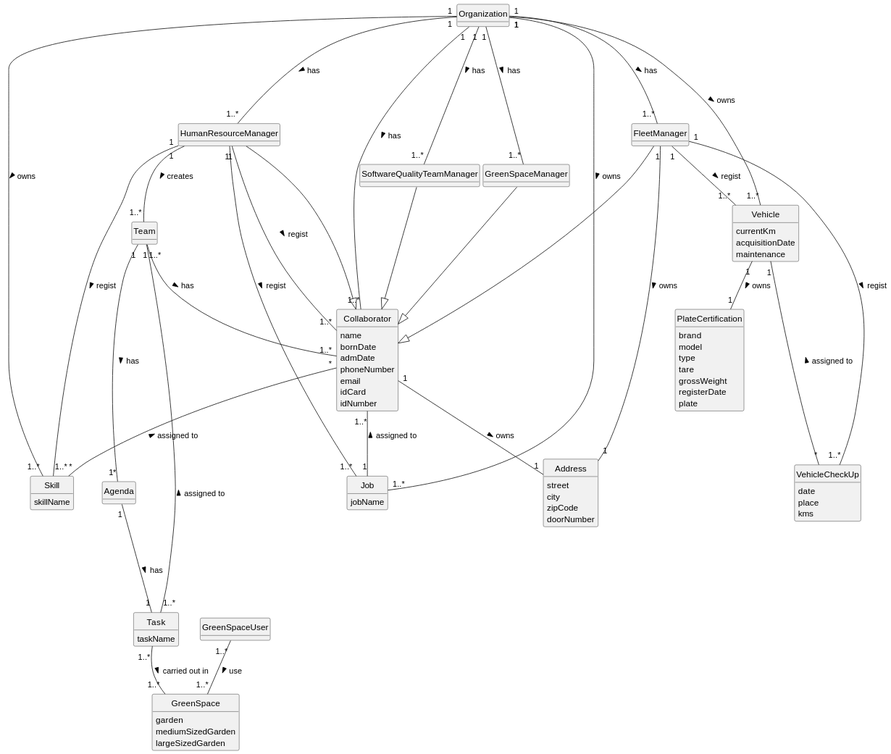
Above: docs/sprint2/global-artifacts/02.analysis/svg/project-domain-model.svg in 1231360-ISEP/lei-24-s2-1db-g021 (PlantUML), before the change.
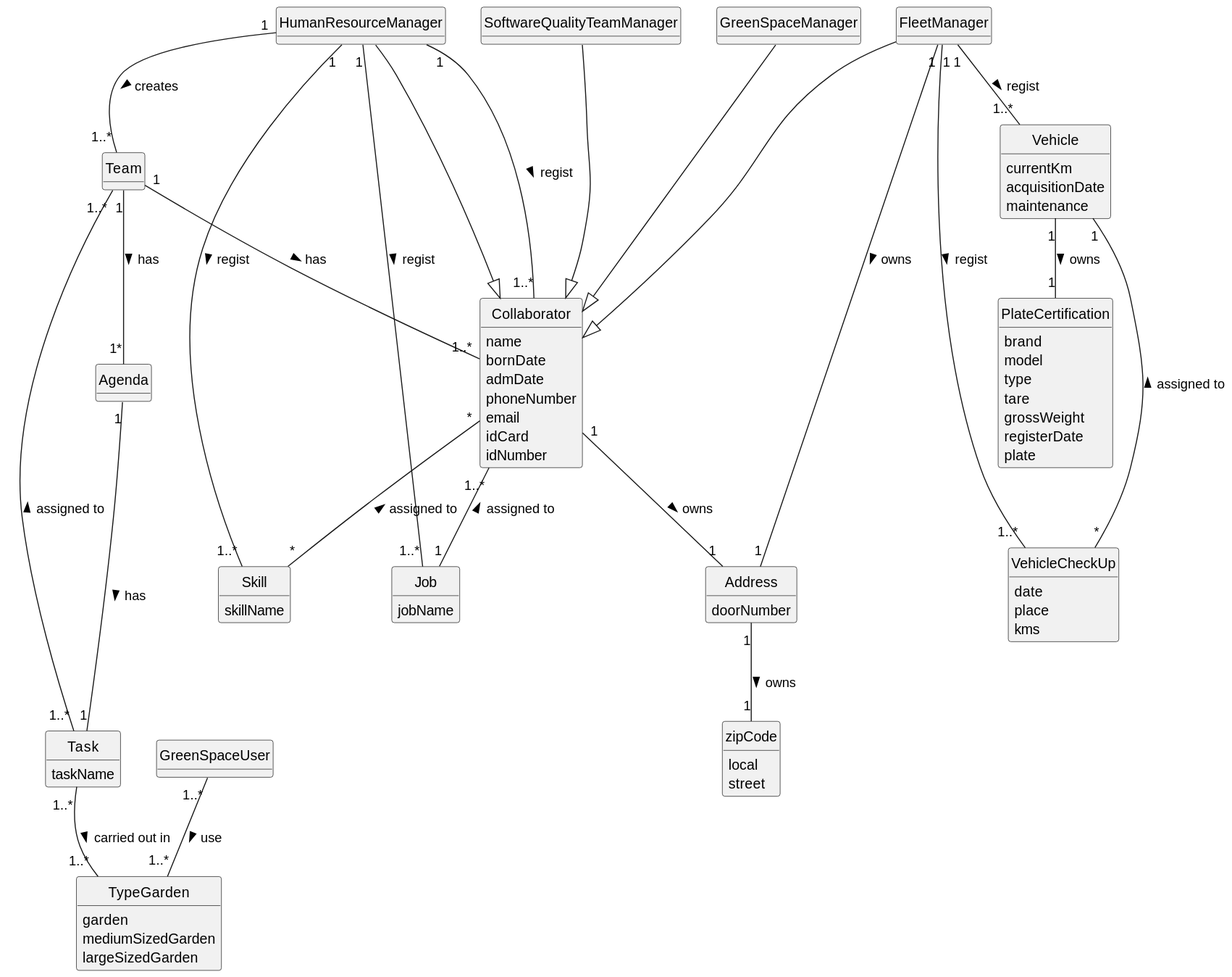
The same file after the commit.

Commit message:
Update the Main Domain Model and Domain Model US01.

Change to the diagram source:
```diff
@@ -6,8 +6,6 @@
 hide circle
 hide methods
 
-
-class Organization {}
 
 class Collaborator {
     name
@@ -20,10 +18,12 @@
 }
 
 class Address {
+    doorNumber
+}
+
+class zipCode {
+    local
     street
-    city
-    zipCode
-    doorNumber
 }
 
 class HumanResourceManager {}
@@ -72,7 +72,7 @@
     kms
 }
 
-class GreenSpace {
+class TypeGarden {
     garden
     mediumSizedGarden
     largeSizedGarden
@@ -80,32 +80,24 @@
 
 class Agenda {}
 
-Organization "1" --- "1..*" HumanResourceManager: has >
-Organization "1" --- "1..*" Collaborator: has >
-Organization "1" --- "1..*" FleetManager: has >
-Organization "1" --- "1..*" SoftwareQualityTeamManager: has >
-Organization "1" --- "1..*" GreenSpaceManager: has >
-Organization "1" --- "1..*" Skill: owns >
-Organization "1" --- "1..*" Job: owns >
-Organization "1" --- "1..*" Vehicle: owns >
-
 HumanResourceManager "1" --"1..*" Skill : regist >
 HumanResourceManager "1" -- "1..*" Job : regist >
 HumanResourceManager "1" -- "1..*" Collaborator : regist >
 HumanResourceManager "1" -- "1..*" Team : creates >
 
-FleetManager --|> Collaborator
-HumanResourceManager --|> Collaborator
-SoftwareQualityTeamManager --|> Collaborator
-GreenSpaceManager --|> Collaborator
+FleetManager ---|> Collaborator
+HumanResourceManager ---|> Collaborator
+SoftwareQualityTeamManager ---|> Collaborator
+GreenSpaceManager ---|> Collaborator
 
 Collaborator "1..*" -- "1" Job : assigned to <
 Collaborator "*" -- "*" Skill : assigned to <
 Collaborator "1" -- "1" Address: owns >
+Address "1" -- "1" zipCode : owns >
 
 Team "1" -- "1..*" Collaborator : has >
-Team "1" --- "1*" Agenda : has >
-Team "1..*" --- "1..*" Task : assigned to <
+Team "1" -- "1*" Agenda : has >
+Team "1..*" -- "1..*" Task : assigned to <
 
 FleetManager "1" -- "1..*" Vehicle : regist >
 FleetManager "1" -- "1..*" VehicleCheckUp : regist >
@@ -116,7 +108,7 @@
 
 Agenda "1" --- "1" Task : has >
 
-Task "1..*" -- "1..*" GreenSpace : carried out in >
+Task "1..*" -- "1..*" TypeGarden : carried out in >
 
-GreenSpaceUser "1..*" -- "1..*" GreenSpace : use >
+GreenSpaceUser "1..*" -- "1..*" TypeGarden : use >
 @enduml
```
